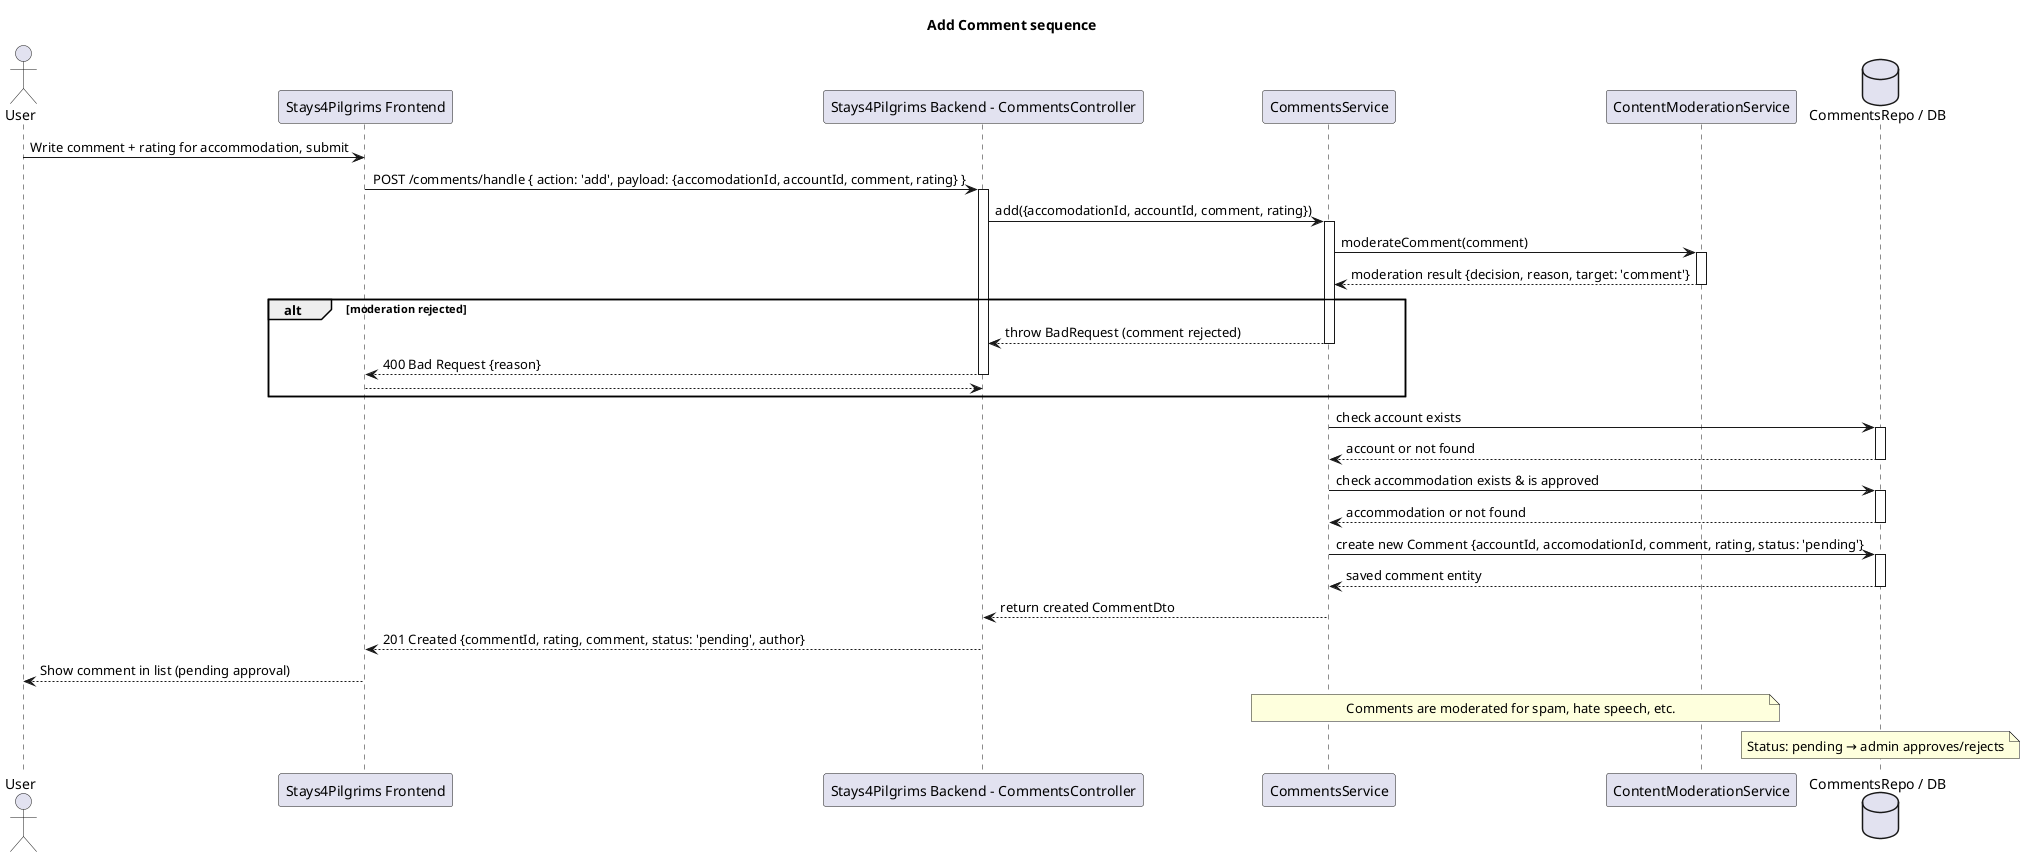
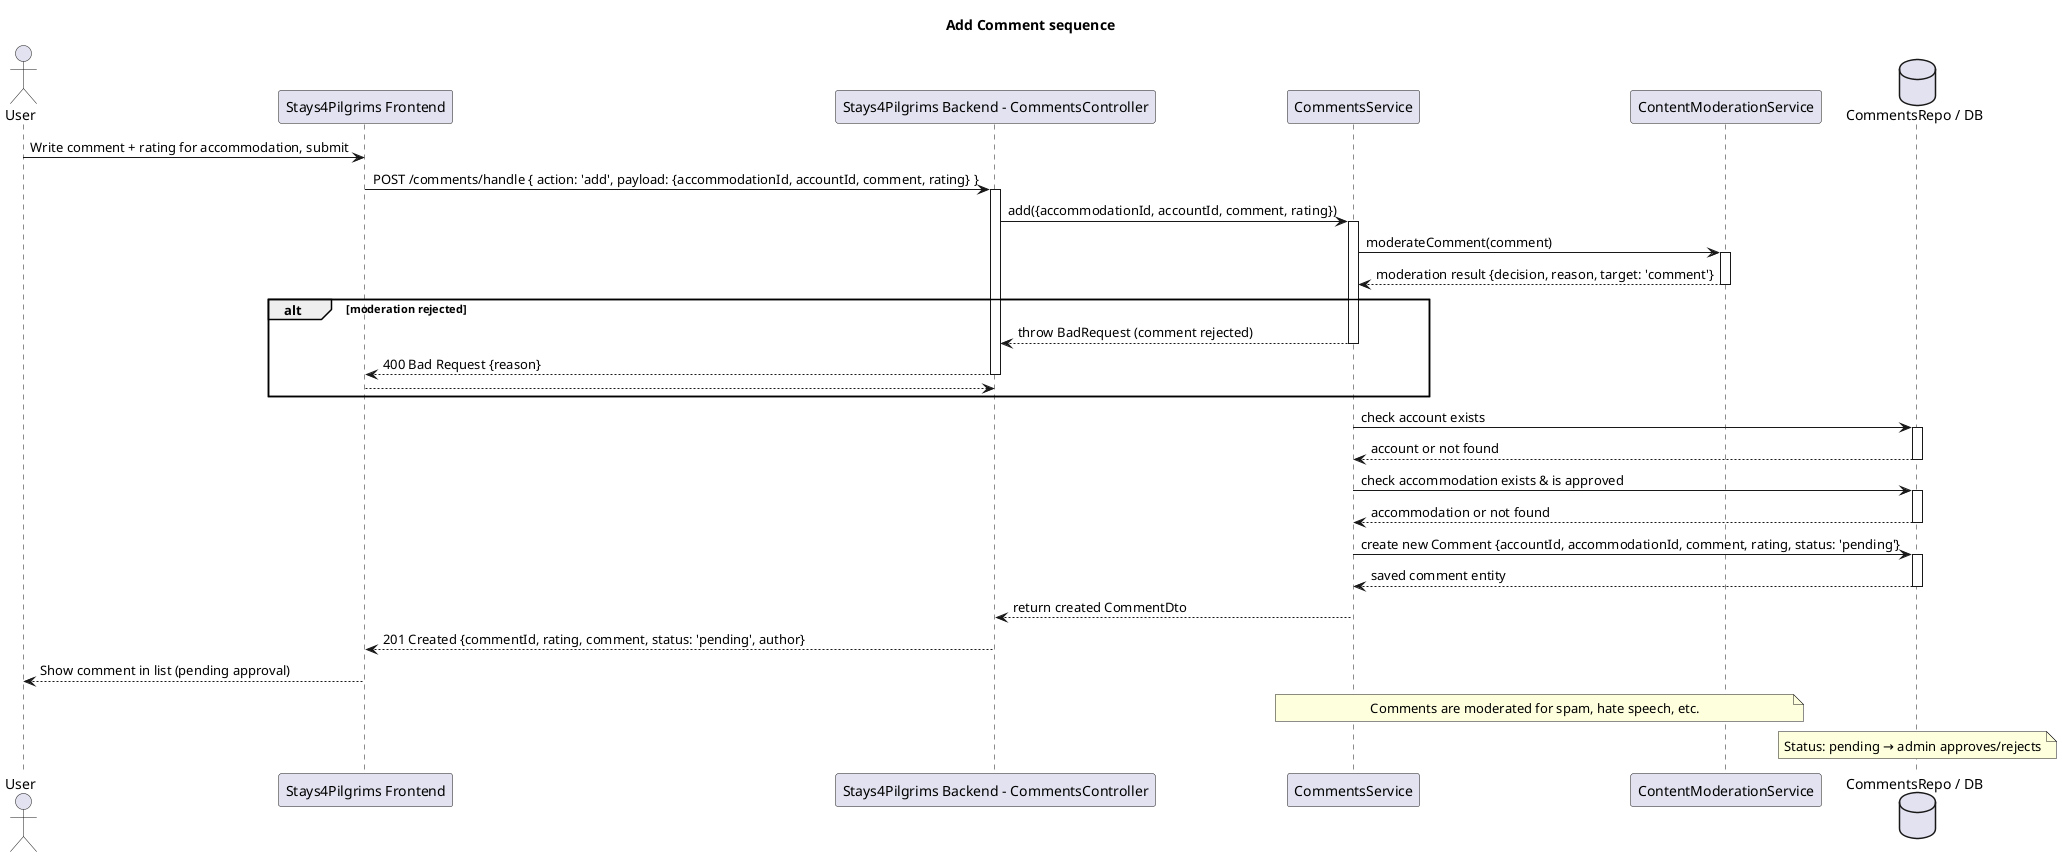
@startuml
title Add Comment sequence
actor User
participant "Stays4Pilgrims Frontend" as FE
participant "Stays4Pilgrims Backend - CommentsController" as API
participant "CommentsService" as SVC
participant "ContentModerationService" as MOD
database "CommentsRepo / DB" as DB

User -> FE: Write comment + rating for accommodation, submit
- FE -> API: POST /comments/handle { action: 'add', payload: {accomodationId, accountId, comment, rating} }
+ FE -> API: POST /comments/handle { action: 'add', payload: {accommodationId, accountId, comment, rating} }
activate API
- API -> SVC: add({accomodationId, accountId, comment, rating})
+ API -> SVC: add({accommodationId, accountId, comment, rating})
activate SVC
SVC -> MOD: moderateComment(comment)
activate MOD
MOD --> SVC: moderation result {decision, reason, target: 'comment'}
deactivate MOD
alt moderation rejected
  SVC --> API: throw BadRequest (comment rejected)
  deactivate SVC
  API --> FE: 400 Bad Request {reason}
  deactivate API
  return
end
SVC -> DB: check account exists
activate DB
DB --> SVC: account or not found
deactivate DB
SVC -> DB: check accommodation exists & is approved
activate DB
DB --> SVC: accommodation or not found
deactivate DB
- SVC -> DB: create new Comment {accountId, accomodationId, comment, rating, status: 'pending'}
+ SVC -> DB: create new Comment {accountId, accommodationId, comment, rating, status: 'pending'}
activate DB
DB --> SVC: saved comment entity
deactivate DB
SVC --> API: return created CommentDto
deactivate SVC
API --> FE: 201 Created {commentId, rating, comment, status: 'pending', author}
deactivate API
FE --> User: Show comment in list (pending approval)

note over SVC,MOD: Comments are moderated for spam, hate speech, etc.
note over DB: Status: pending → admin approves/rejects

@enduml
